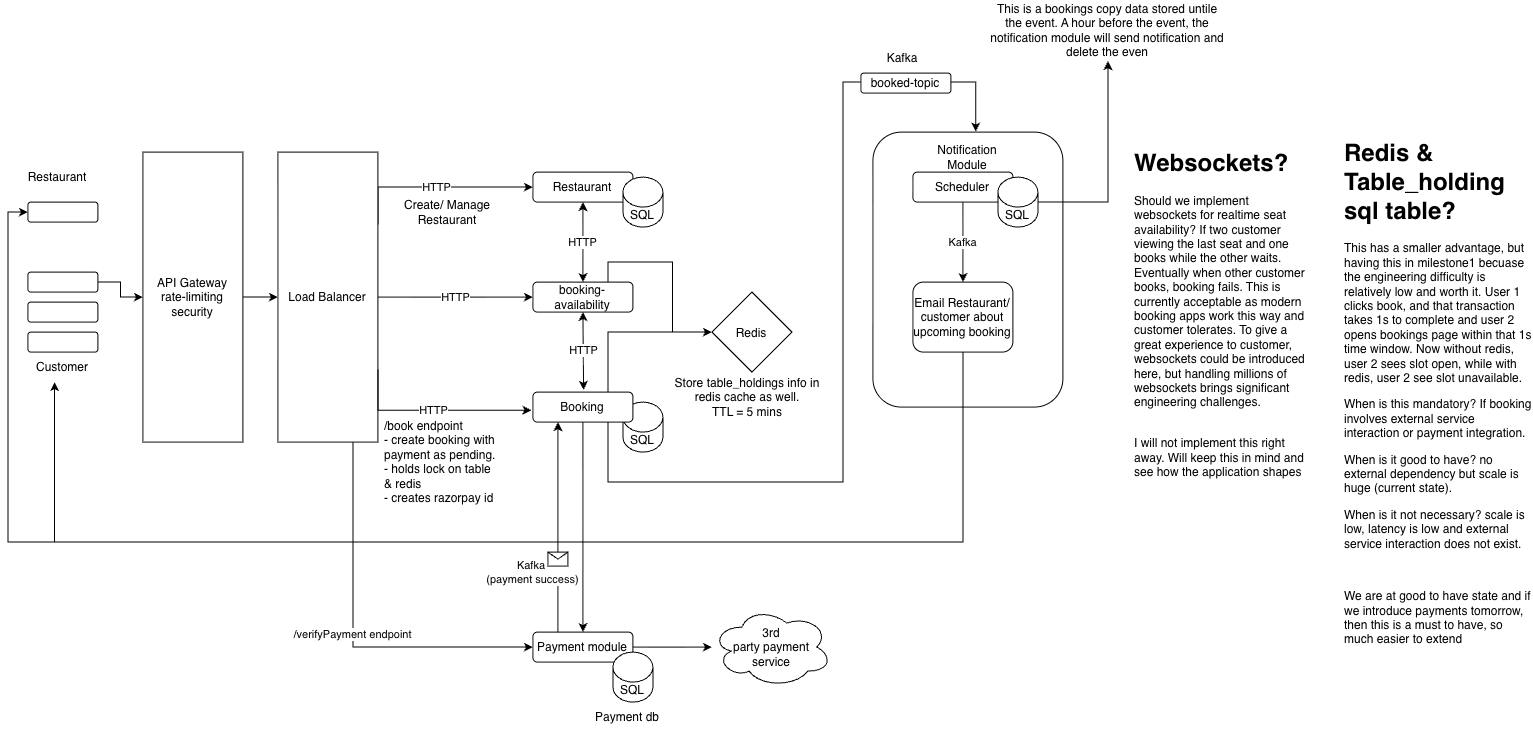
The draw.io diagram table-booking/restaurant-table-booking.drawio.png in harirehm/draw.io, before a commit. Source tidied: cells renumbered, new cells last; positions are measured from the earlier drawing's top-left corner, leaving out a move shared by most shapes.
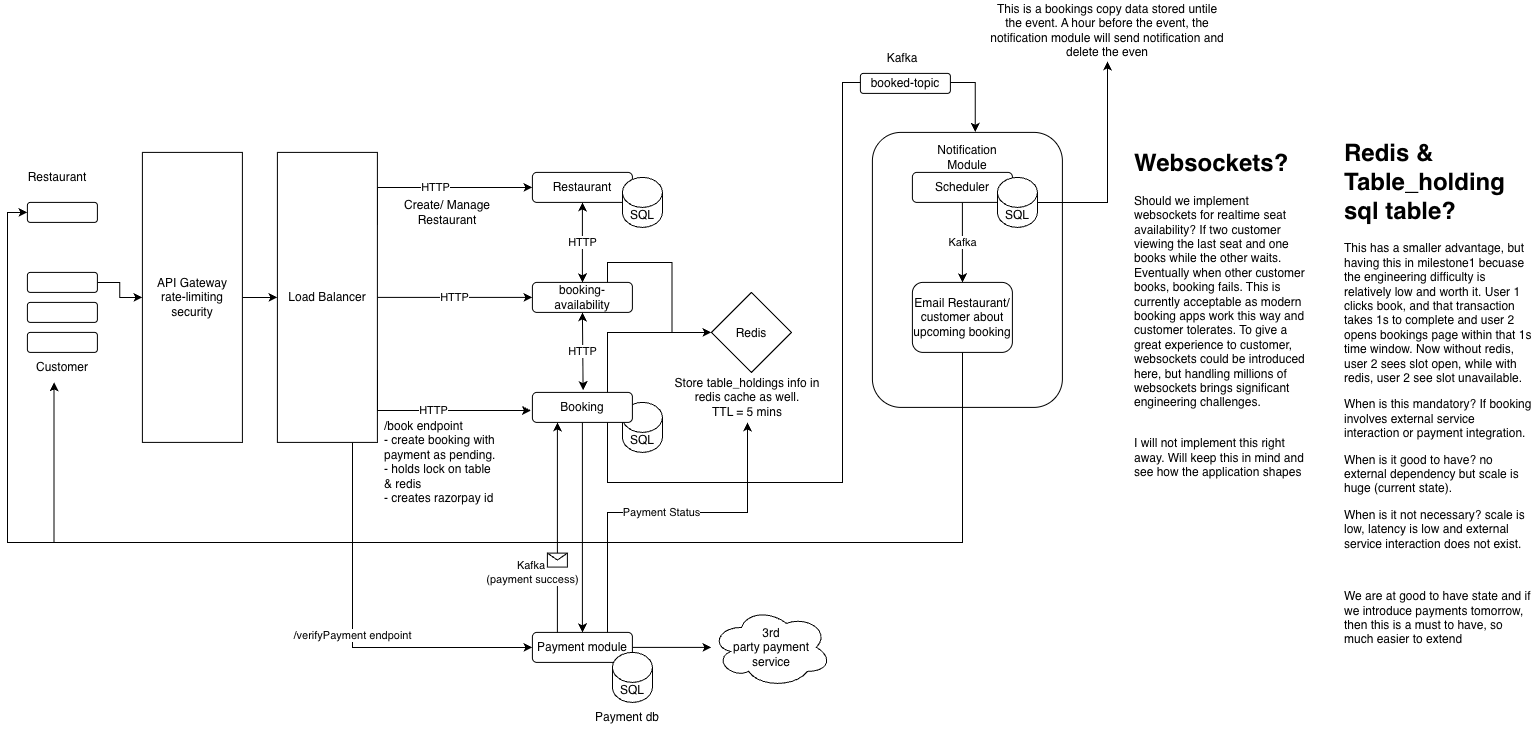
The same file after the commit.

The edit, as a diff of the source:
```diff
@@ -166,6 +166,14 @@
     <mxCell id="46" style="edgeStyle=orthogonalEdgeStyle;rounded=0;jettySize=auto;html=1;" parent="1" edge="1" source="47" target="48">
       <mxGeometry relative="1" as="geometry" />
     </mxCell>
+    <mxCell id="53" value="Payment Status" style="edgeStyle=orthogonalEdgeStyle;rounded=0;jettySize=auto;html=1;exitX=0.75;exitY=0;exitDx=0;exitDy=0;entryX=0.5;entryY=1;entryDx=0;entryDy=0;" parent="1" edge="1" source="47" target="29">
+      <mxGeometry relative="1" as="geometry">
+        <Array as="points">
+          <mxPoint x="600" y="512" />
+          <mxPoint x="740" y="512" />
+        </Array>
+      </mxGeometry>
+    </mxCell>
     <mxCell id="47" value="Payment module" style="rounded=1;whiteSpace=wrap;html=1;" parent="1" vertex="1">
       <mxGeometry x="525" y="632" width="100" height="30" as="geometry" />
     </mxCell>
```
